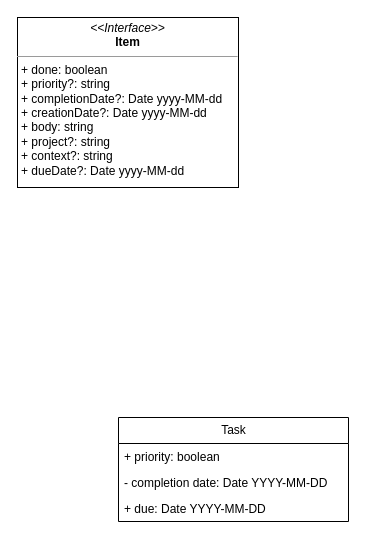
Earlier version of the draw.io diagram page "Page-2" (3 of 3) of doc/recipe.drawio (rvnkcode/finishUpCLI). Source tidied: cells renumbered, new cells numbered last; positions are measured from the earlier drawing's top-left corner, leaving out a move shared by most shapes. Both pictures are drawn from the tidied source at 100%, with x=0, y=0 at pixel (17, 17).
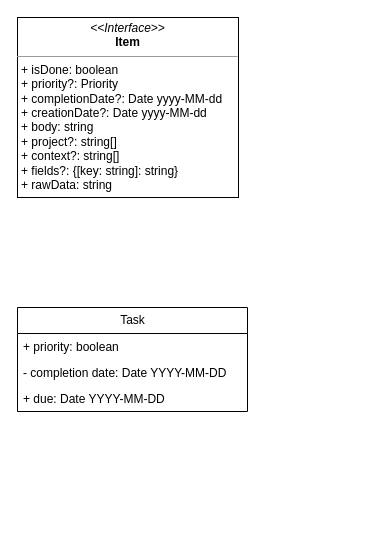
Above is the later version.

Diff of the diagram source:
```diff
@@
 <mxGraphModel>
   <root>
     <mxCell id="0" />
     <mxCell id="1" parent="0" />
-    <mxCell id="2" value="&lt;p style=&quot;margin: 0px ; margin-top: 4px ; text-align: center&quot;&gt;&lt;i&gt;&amp;lt;&amp;lt;Interface&amp;gt;&amp;gt;&lt;/i&gt;&lt;br&gt;&lt;b&gt;Item&lt;/b&gt;&lt;/p&gt;&lt;hr size=&quot;1&quot;&gt;&lt;p style=&quot;margin: 0px ; margin-left: 4px&quot;&gt;+ done: boolean&lt;br&gt;&lt;/p&gt;&lt;p style=&quot;margin: 0px ; margin-left: 4px&quot;&gt;+ priority?: string&lt;br&gt;&lt;/p&gt;&lt;p style=&quot;margin: 0px ; margin-left: 4px&quot;&gt;+ completionDate?: Date yyyy-MM-dd&lt;br&gt;&lt;/p&gt;&lt;p style=&quot;margin: 0px ; margin-left: 4px&quot;&gt;+ creationDate?: Date yyyy-MM-dd&lt;/p&gt;&lt;p style=&quot;margin: 0px ; margin-left: 4px&quot;&gt;+ body: string&lt;/p&gt;&lt;p style=&quot;margin: 0px ; margin-left: 4px&quot;&gt;+ project?: string&lt;/p&gt;&lt;p style=&quot;margin: 0px ; margin-left: 4px&quot;&gt;+ context?: string&lt;/p&gt;&lt;p style=&quot;margin: 0px ; margin-left: 4px&quot;&gt;+ dueDate?: Date yyyy-MM-dd&lt;br&gt;&lt;/p&gt;" style="verticalAlign=top;align=left;overflow=fill;fontSize=12;fontFamily=Helvetica;html=1;fontColor=default;strokeColor=default;strokeWidth=1;fillColor=default;" parent="1" vertex="1">
-      <mxGeometry width="221" height="170" as="geometry" />
+    <mxCell id="2" value="&lt;p style=&quot;margin: 0px ; margin-top: 4px ; text-align: center&quot;&gt;&lt;i&gt;&amp;lt;&amp;lt;Interface&amp;gt;&amp;gt;&lt;/i&gt;&lt;br&gt;&lt;b&gt;Item&lt;/b&gt;&lt;/p&gt;&lt;hr size=&quot;1&quot;&gt;&lt;p style=&quot;margin: 0px ; margin-left: 4px&quot;&gt;+ isDone: boolean&lt;br&gt;&lt;/p&gt;&lt;p style=&quot;margin: 0px ; margin-left: 4px&quot;&gt;+ priority?: Priority&lt;br&gt;&lt;/p&gt;&lt;p style=&quot;margin: 0px ; margin-left: 4px&quot;&gt;+ completionDate?: Date yyyy-MM-dd&lt;br&gt;&lt;/p&gt;&lt;p style=&quot;margin: 0px ; margin-left: 4px&quot;&gt;+ creationDate?: Date yyyy-MM-dd&lt;/p&gt;&lt;p style=&quot;margin: 0px ; margin-left: 4px&quot;&gt;+ body: string&lt;/p&gt;&lt;p style=&quot;margin: 0px ; margin-left: 4px&quot;&gt;+ project?: string[]&lt;/p&gt;&lt;p style=&quot;margin: 0px ; margin-left: 4px&quot;&gt;+ context?: string[]&lt;/p&gt;&lt;p style=&quot;margin: 0px ; margin-left: 4px&quot;&gt;+ fields?: {[key: string]: string}&lt;/p&gt;&lt;p style=&quot;margin: 0px ; margin-left: 4px&quot;&gt;+ rawData: string&lt;br&gt;&lt;/p&gt;" style="verticalAlign=top;align=left;overflow=fill;fontSize=12;fontFamily=Helvetica;html=1;fontColor=default;strokeColor=default;strokeWidth=1;fillColor=default;" parent="1" vertex="1">
+      <mxGeometry width="221" height="180" as="geometry" />
     </mxCell>
     <mxCell id="3" value="Task" style="swimlane;fontStyle=0;horizontal=1;startSize=26;fillColor=none;fontFamily=Helvetica;fontSize=12;fontColor=default;strokeColor=default;strokeWidth=1;html=1;" parent="1" vertex="1">
-      <mxGeometry x="101" y="400" width="230" height="104" as="geometry" />
+      <mxGeometry y="290" width="230" height="104" as="geometry" />
     </mxCell>
     <mxCell id="4" value="+ priority: boolean" style="text;strokeColor=none;fillColor=none;align=left;verticalAlign=top;spacingLeft=4;spacingRight=4;overflow=hidden;fontFamily=Helvetica;fontSize=12;fontColor=default;html=1;" parent="3" vertex="1">
       <mxGeometry y="26" width="230" height="26" as="geometry" />
     </mxCell>
     <mxCell id="5" value="&lt;div&gt;- completion date: Date YYYY-MM-DD&lt;/div&gt;" style="text;strokeColor=none;fillColor=none;align=left;verticalAlign=top;spacingLeft=4;spacingRight=4;overflow=hidden;fontFamily=Helvetica;fontSize=12;fontColor=default;html=1;" parent="3" vertex="1">
       <mxGeometry y="52" width="230" height="26" as="geometry" />
     </mxCell>
     <mxCell id="6" value="&lt;div&gt;+ due: Date YYYY-MM-DD&lt;br&gt;&lt;/div&gt;" style="text;strokeColor=none;fillColor=none;align=left;verticalAlign=top;spacingLeft=4;spacingRight=4;overflow=hidden;fontFamily=Helvetica;fontSize=12;fontColor=default;html=1;" parent="3" vertex="1">
       <mxGeometry y="78" width="230" height="26" as="geometry" />
     </mxCell>
   </root>
 </mxGraphModel>
```
